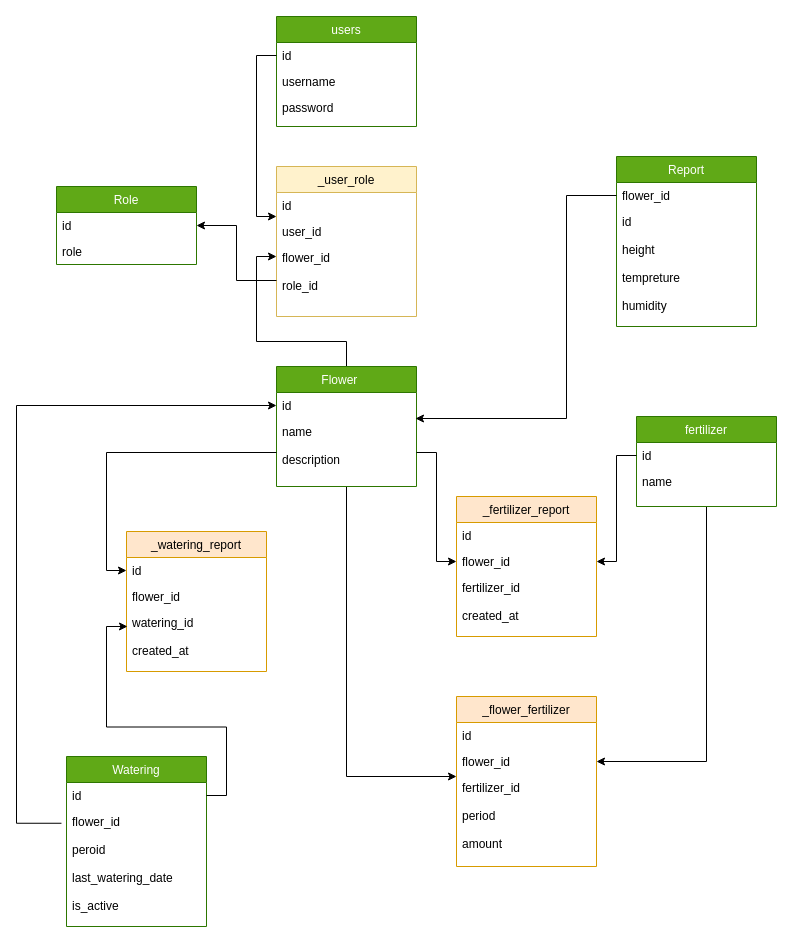
Earlier version of the draw.io diagram Pot_Flow_Chart.drawio (ahmadabd/pot). Source tidied: cells renumbered, new cells numbered last; positions are measured from the earlier drawing's top-left corner, leaving out a move shared by most shapes. Both pictures are drawn from the tidied source at 100%, with x=0, y=0 at pixel (16, 16).
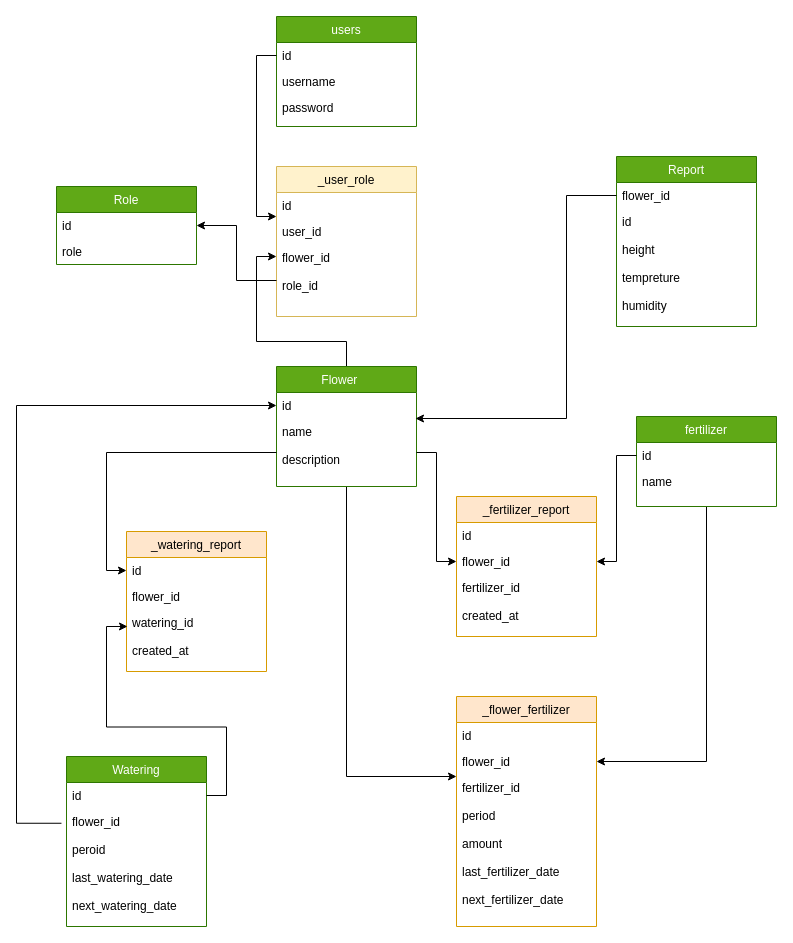
After the change.

Commit message (it also covers changes not shown here):
restructuring program for get more logs aboud watering for fertalizing

The change refers to these unchanged cells:
```xml
<mxCell id="11" value="Watering" style="swimlane;fontStyle=0;horizontal=1;startSize=26;fillColor=#60a917;strokeColor=#2D7600;fontColor=#ffffff;" parent="1" vertex="1">
  <mxGeometry x="50" y="740" width="140" height="170" as="geometry" />
</mxCell>
```

Diff of the diagram source:
```diff
@@
-    <mxCell id="13" value="flower_id&#10;&#10;peroid&#10;&#10;last_watering_date&#10;&#10;is_active&#10;" style="text;strokeColor=none;fillColor=none;align=left;verticalAlign=top;spacingLeft=4;spacingRight=4;overflow=hidden;points=[[0,0.5],[1,0.5]];portConstraint=eastwest;" parent="11" vertex="1">
+    <mxCell id="13" value="flower_id&#10;&#10;peroid&#10;&#10;last_watering_date&#10;&#10;next_watering_date&#10;" style="text;strokeColor=none;fillColor=none;align=left;verticalAlign=top;spacingLeft=4;spacingRight=4;overflow=hidden;points=[[0,0.5],[1,0.5]];portConstraint=eastwest;" parent="11" vertex="1">
       <mxGeometry y="52" width="140" height="118" as="geometry" />
     </mxCell>
@@
     <mxCell id="18" value="_flower_fertilizer" style="swimlane;fontStyle=0;horizontal=1;startSize=26;fillColor=#ffe6cc;strokeColor=#d79b00;" parent="1" vertex="1">
-      <mxGeometry x="440" y="680" width="140" height="170" as="geometry" />
+      <mxGeometry x="440" y="680" width="140" height="230" as="geometry" />
     </mxCell>
@@
-    <mxCell id="21" value="fertilizer_id&#10;&#10;period&#10;&#10;amount&#10;" style="text;strokeColor=none;fillColor=none;align=left;verticalAlign=top;spacingLeft=4;spacingRight=4;overflow=hidden;" parent="18" vertex="1">
-      <mxGeometry y="78" width="140" height="92" as="geometry" />
+    <mxCell id="21" value="fertilizer_id&#10;&#10;period&#10;&#10;amount&#10;&#10;last_fertilizer_date&#10;&#10;next_fertilizer_date&#10;&#10;" style="text;strokeColor=none;fillColor=none;align=left;verticalAlign=top;spacingLeft=4;spacingRight=4;overflow=hidden;" parent="18" vertex="1">
+      <mxGeometry y="78" width="140" height="152" as="geometry" />
     </mxCell>
```
